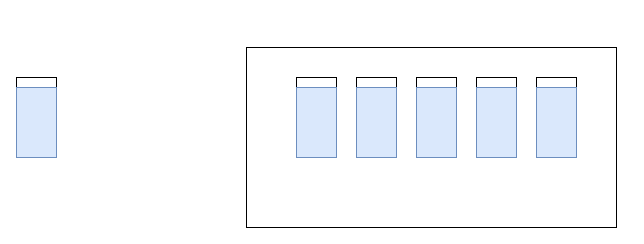
The draw.io diagram 未命名绘图.drawio in xrr2016/drawio-files, before the edit. Source tidied: cells renumbered, new cells numbered last; positions are measured from the earlier drawing's top-left corner, leaving out a move shared by most shapes. Both pictures are drawn from the tidied source at 100%, with x=0, y=0 at pixel (16, 47).
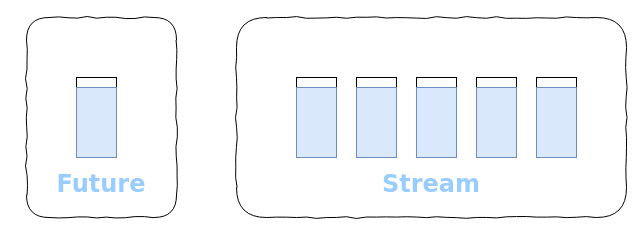
Above is the later version.

Change to the diagram source:
```diff
@@
 <mxGraphModel>
   <root>
     <mxCell id="0" />
     <mxCell id="1" parent="0" />
     <mxCell id="2" style="rounded=0;whiteSpace=wrap;html=1;" parent="1" vertex="1">
-      <mxGeometry y="30" width="40" height="80" as="geometry" />
+      <mxGeometry x="60" y="30" width="40" height="80" as="geometry" />
     </mxCell>
     <mxCell id="3" style="rounded=0;whiteSpace=wrap;html=1;fillColor=#dae8fc;strokeColor=#6c8ebf;" parent="1" vertex="1">
-      <mxGeometry y="40" width="40" height="70" as="geometry" />
+      <mxGeometry x="60" y="40" width="40" height="70" as="geometry" />
     </mxCell>
     <mxCell id="4" style="rounded=0;whiteSpace=wrap;html=1;" parent="1" vertex="1">
       <mxGeometry x="280" y="30" width="40" height="80" as="geometry" />
     </mxCell>
     <mxCell id="5" style="rounded=0;whiteSpace=wrap;html=1;fillColor=#dae8fc;strokeColor=#6c8ebf;" parent="1" vertex="1">
       <mxGeometry x="280" y="40" width="40" height="70" as="geometry" />
     </mxCell>
     <mxCell id="6" style="rounded=0;whiteSpace=wrap;html=1;" parent="1" vertex="1">
       <mxGeometry x="340" y="30" width="40" height="80" as="geometry" />
     </mxCell>
     <mxCell id="7" style="rounded=0;whiteSpace=wrap;html=1;fillColor=#dae8fc;strokeColor=#6c8ebf;" parent="1" vertex="1">
       <mxGeometry x="340" y="40" width="40" height="70" as="geometry" />
     </mxCell>
     <mxCell id="8" style="rounded=0;whiteSpace=wrap;html=1;" parent="1" vertex="1">
       <mxGeometry x="400" y="30" width="40" height="80" as="geometry" />
     </mxCell>
     <mxCell id="9" style="rounded=0;whiteSpace=wrap;html=1;fillColor=#dae8fc;strokeColor=#6c8ebf;" parent="1" vertex="1">
       <mxGeometry x="400" y="40" width="40" height="70" as="geometry" />
     </mxCell>
     <mxCell id="10" style="rounded=0;whiteSpace=wrap;html=1;" parent="1" vertex="1">
       <mxGeometry x="460" y="30" width="40" height="80" as="geometry" />
     </mxCell>
     <mxCell id="11" style="rounded=0;whiteSpace=wrap;html=1;fillColor=#dae8fc;strokeColor=#6c8ebf;" parent="1" vertex="1">
       <mxGeometry x="460" y="40" width="40" height="70" as="geometry" />
     </mxCell>
     <mxCell id="12" style="rounded=0;whiteSpace=wrap;html=1;" parent="1" vertex="1">
       <mxGeometry x="520" y="30" width="40" height="80" as="geometry" />
     </mxCell>
     <mxCell id="13" style="rounded=0;whiteSpace=wrap;html=1;fillColor=#dae8fc;strokeColor=#6c8ebf;" parent="1" vertex="1">
       <mxGeometry x="520" y="40" width="40" height="70" as="geometry" />
     </mxCell>
-    <mxCell id="14" style="rounded=0;whiteSpace=wrap;html=1;fillColor=none;" parent="1" vertex="1">
-      <mxGeometry x="230" width="370" height="180" as="geometry" />
+    <mxCell id="14" value="&lt;h1&gt;Stream&lt;/h1&gt;" style="rounded=1;whiteSpace=wrap;html=1;fillColor=none;fontFamily=Verdana;align=center;verticalAlign=bottom;fontColor=#99CCFF;labelBackgroundColor=none;labelBorderColor=none;comic=1;" parent="1" vertex="1">
+      <mxGeometry x="220" y="-30" width="390" height="200" as="geometry" />
     </mxCell>
+    <mxCell id="15" value="&lt;h1&gt;Future&lt;/h1&gt;" style="rounded=1;whiteSpace=wrap;html=1;fillColor=none;fontFamily=Verdana;align=center;verticalAlign=bottom;fontColor=#99CCFF;labelBackgroundColor=none;labelBorderColor=none;comic=1;glass=0;" parent="1" vertex="1">
+      <mxGeometry x="10" y="-30" width="150" height="200" as="geometry" />
+    </mxCell>
   </root>
 </mxGraphModel>
```
